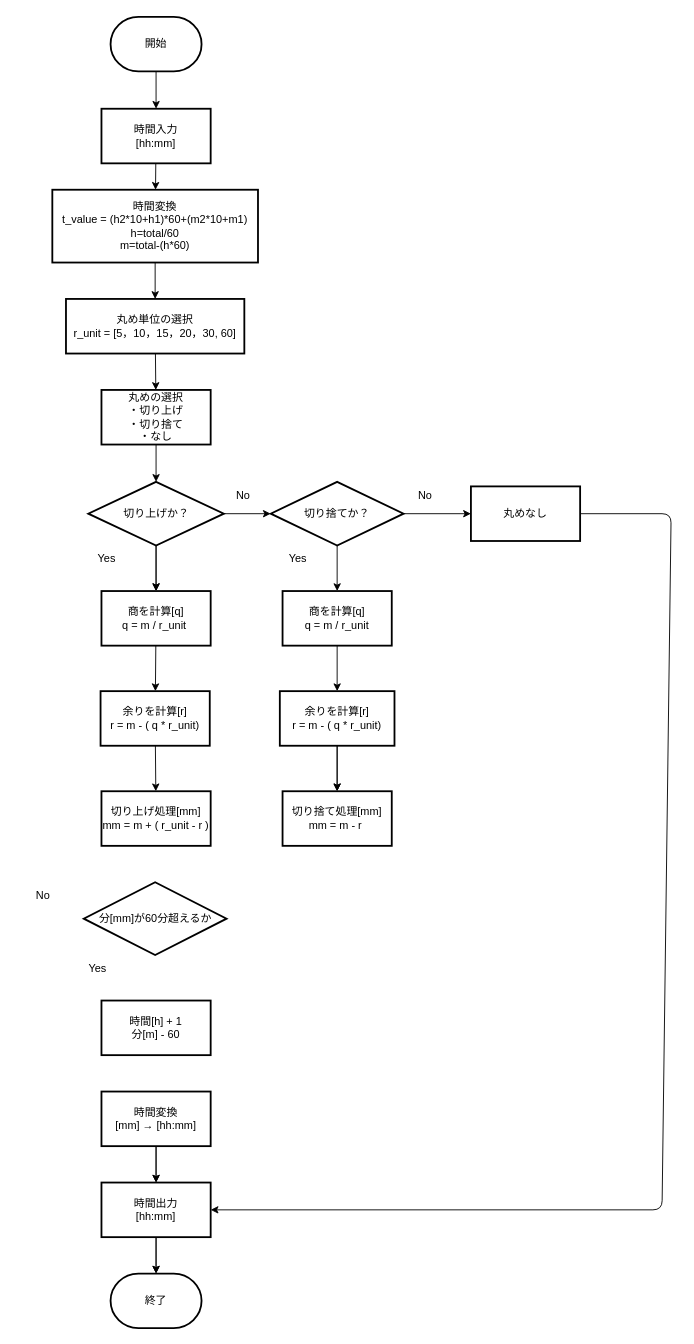
This is flowchart.dio from akihiro1656/issue1, a draw.io file, before an edit. Source tidied: cells renumbered, new cells numbered last; positions are measured from the earlier drawing's top-left corner, leaving out a move shared by most shapes. Both pictures are drawn from the tidied source at 91%, with x=0, y=0 at pixel (15, 16).
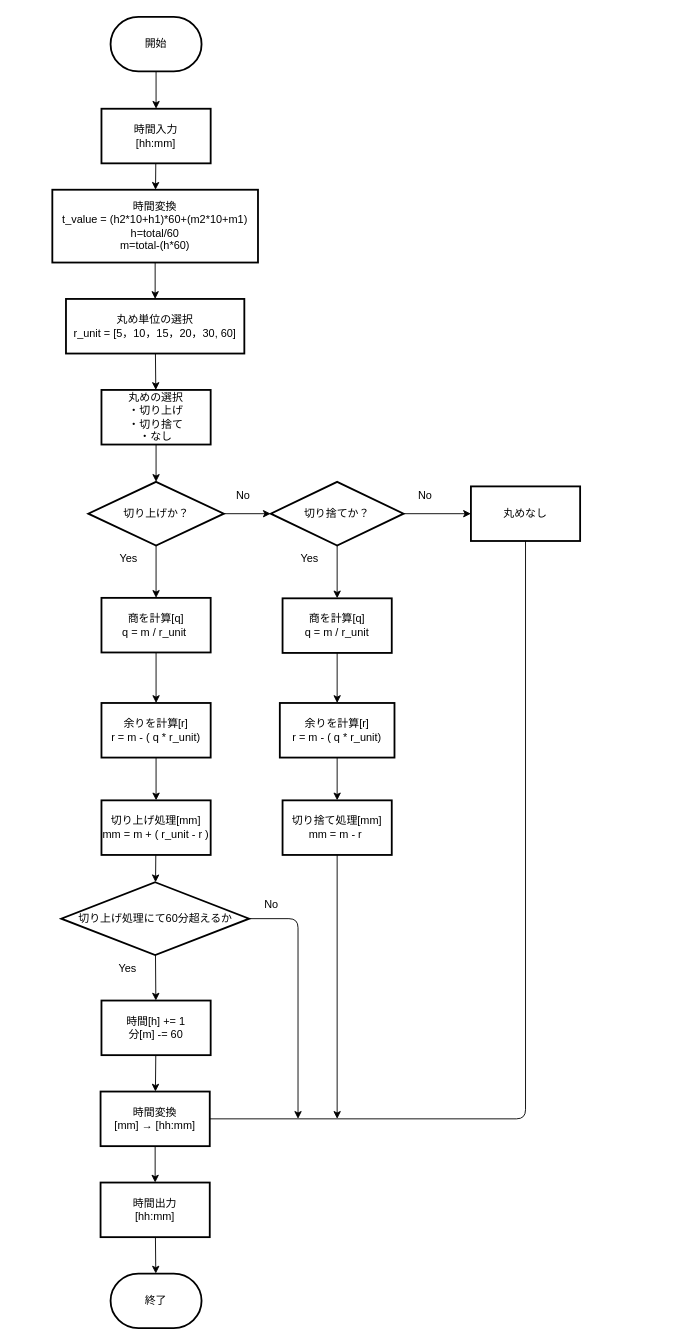
After the change.

Unchanged cells that the change refers to:
```xml
<mxCell id="4" value="終了" style="strokeWidth=2;html=1;shape=mxgraph.flowchart.terminator;whiteSpace=wrap;" parent="1" vertex="1">
  <mxGeometry x="104" y="1381" width="100" height="60" as="geometry" />
</mxCell>
<mxCell id="10" value="切り上げか？" style="strokeWidth=2;html=1;shape=mxgraph.flowchart.decision;whiteSpace=wrap;" parent="1" vertex="1">
  <mxGeometry x="79.5" y="511" width="149" height="70" as="geometry" />
</mxCell>
<mxCell id="34" value="丸めなし" style="whiteSpace=wrap;html=1;strokeWidth=2;" parent="1" vertex="1">
  <mxGeometry x="500" y="516" width="120" height="60" as="geometry" />
</mxCell>
```

What changed in the source:
```diff
@@
-    <mxCell id="8" style="edgeStyle=none;html=1;" parent="1" edge="1" source="10" target="23">
-      <mxGeometry relative="1" as="geometry" />
-    </mxCell>
@@
-    <mxCell id="15" style="edgeStyle=none;html=1;" parent="1" edge="1" source="17" target="20">
-      <mxGeometry relative="1" as="geometry" />
-    </mxCell>
-    <mxCell id="16" style="edgeStyle=none;html=1;fontFamily=Helvetica;fontSize=12;" parent="1" edge="1" source="17" target="20">
-      <mxGeometry relative="1" as="geometry" />
+    <mxCell id="16" style="edgeStyle=none;html=1;fontFamily=Helvetica;fontSize=12;" parent="1" edge="1">
+      <mxGeometry relative="1" as="geometry">
+        <mxPoint x="154" y="1221" as="sourcePoint" />
+      </mxGeometry>
     </mxCell>
-    <mxCell id="17" value="時間変換&lt;br&gt;[mm] → [hh:mm]" style="whiteSpace=wrap;html=1;strokeWidth=2;" parent="1" vertex="1">
-      <mxGeometry x="94" y="1181" width="120" height="60" as="geometry" />
-    </mxCell>
-    <mxCell id="18" style="edgeStyle=none;html=1;" parent="1" edge="1" source="20" target="4">
-      <mxGeometry relative="1" as="geometry" />
-    </mxCell>
-    <mxCell id="19" style="edgeStyle=none;html=1;fontFamily=Helvetica;fontSize=12;" parent="1" edge="1" source="20" target="4">
-      <mxGeometry relative="1" as="geometry" />
-    </mxCell>
-    <mxCell id="20" value="時間出力&lt;br&gt;[hh:mm]" style="whiteSpace=wrap;html=1;strokeWidth=2;" parent="1" vertex="1">
-      <mxGeometry x="94" y="1281" width="120" height="60" as="geometry" />
-    </mxCell>
+    <mxCell id="48" style="edgeStyle=none;html=1;fontFamily=Helvetica;fontSize=12;" parent="1" edge="1" source="21">
+      <mxGeometry relative="1" as="geometry">
+        <mxPoint x="353" y="1211" as="targetPoint" />
+      </mxGeometry>
+    </mxCell>
     <mxCell id="21" value="切り捨て処理[mm]&lt;br&gt;mm = m - r&amp;nbsp;" style="whiteSpace=wrap;html=1;strokeWidth=2;" parent="1" vertex="1">
-      <mxGeometry x="293" y="851" width="120" height="60" as="geometry" />
+      <mxGeometry x="293" y="861" width="120" height="60" as="geometry" />
     </mxCell>
@@
     <mxCell id="23" value="商を計算[q]&lt;br&gt;q = m / r_unit&amp;nbsp;" style="whiteSpace=wrap;html=1;strokeWidth=2;" parent="1" vertex="1">
-      <mxGeometry x="94" y="631" width="120" height="60" as="geometry" />
+      <mxGeometry x="94" y="638.5" width="120" height="60" as="geometry" />
     </mxCell>
     <mxCell id="24" value="Yes" style="text;html=1;strokeColor=none;fillColor=none;align=center;verticalAlign=middle;whiteSpace=wrap;rounded=0;" parent="1" vertex="1">
-      <mxGeometry x="280" y="581" width="60" height="30" as="geometry" />
+      <mxGeometry x="293" y="581" width="60" height="30" as="geometry" />
     </mxCell>
@@
-    <mxCell id="28" style="edgeStyle=none;html=1;startArrow=none;" parent="1" edge="1" source="47" target="21">
-      <mxGeometry relative="1" as="geometry" />
-    </mxCell>
@@
     <mxCell id="31" value="Yes" style="text;html=1;strokeColor=none;fillColor=none;align=center;verticalAlign=middle;whiteSpace=wrap;rounded=0;" parent="1" vertex="1">
-      <mxGeometry x="70" y="581" width="60" height="30" as="geometry" />
+      <mxGeometry x="94" y="581" width="60" height="30" as="geometry" />
     </mxCell>
@@
-    <mxCell id="33" style="edgeStyle=none;html=1;exitX=1;exitY=0.5;exitDx=0;exitDy=0;entryX=1;entryY=0.5;entryDx=0;entryDy=0;" parent="1" edge="1" source="34" target="20">
-      <mxGeometry relative="1" as="geometry">
-        <Array as="points">
-          <mxPoint x="720" y="546" />
-          <mxPoint x="710" y="1311" />
-        </Array>
-      </mxGeometry>
-    </mxCell>
@@
     <mxCell id="38" value="余りを計算[r]&lt;br&gt;r = m - ( q * r_unit)" style="whiteSpace=wrap;html=1;strokeWidth=2;" parent="1" vertex="1">
-      <mxGeometry x="93" y="741" width="120" height="60" as="geometry" />
+      <mxGeometry x="94" y="754" width="120" height="60" as="geometry" />
     </mxCell>
+    <mxCell id="46" style="edgeStyle=none;html=1;" parent="1" edge="1" source="39" target="44">
+      <mxGeometry relative="1" as="geometry" />
+    </mxCell>
     <mxCell id="39" value="切り上げ処理[mm]&lt;br&gt;mm = m + ( r_unit - r )" style="whiteSpace=wrap;html=1;strokeWidth=2;" parent="1" vertex="1">
-      <mxGeometry x="94" y="851" width="120" height="60" as="geometry" />
+      <mxGeometry x="94" y="861" width="120" height="60" as="geometry" />
     </mxCell>
@@
     <mxCell id="41" value="商を計算[q]&lt;br&gt;q = m / r_unit" style="whiteSpace=wrap;html=1;strokeWidth=2;" parent="1" vertex="1">
-      <mxGeometry x="293" y="631" width="120" height="60" as="geometry" />
+      <mxGeometry x="293" y="639" width="120" height="60" as="geometry" />
     </mxCell>
@@
-    <mxCell id="43" value="時間[h] + 1&lt;br&gt;分[m] - 60" style="whiteSpace=wrap;html=1;strokeWidth=2;" parent="1" vertex="1">
-      <mxGeometry x="94" y="1081" width="120" height="60" as="geometry" />
-    </mxCell>
+    <mxCell id="47" value="余りを計算[r]&lt;br&gt;r = m - ( q * r_unit)" style="whiteSpace=wrap;html=1;strokeWidth=2;" parent="1" vertex="1">
+      <mxGeometry x="290" y="754" width="126" height="60" as="geometry" />
+    </mxCell>
+    <mxCell id="49" style="edgeStyle=none;html=1;exitX=0.5;exitY=1;exitDx=0;exitDy=0;entryDx=0;entryDy=0;endArrow=none;entryX=1;entryY=0.5;" parent="1" edge="1" source="34" target="17">
+      <mxGeometry relative="1" as="geometry">
+        <Array as="points">
+          <mxPoint x="560" y="1211" />
+        </Array>
+      </mxGeometry>
+    </mxCell>
+    <mxCell id="45" style="edgeStyle=none;html=1;" parent="1" edge="1">
+      <mxGeometry relative="1" as="geometry">
+        <mxPoint x="154" y="1121" as="sourcePoint" />
+      </mxGeometry>
+    </mxCell>
+    <mxCell id="50" style="edgeStyle=none;html=1;exitX=1;exitY=0.5;exitDx=0;exitDy=0;exitPerimeter=0;" parent="1" edge="1" source="44">
+      <mxGeometry relative="1" as="geometry">
+        <mxPoint x="310" y="1211" as="targetPoint" />
+        <Array as="points">
+          <mxPoint x="310" y="991" />
+        </Array>
+      </mxGeometry>
+    </mxCell>
+    <mxCell id="51" style="edgeStyle=none;html=1;" parent="1" edge="1" source="44" target="55">
+      <mxGeometry relative="1" as="geometry" />
+    </mxCell>
-    <mxCell id="44" value="分[mm]が60分超えるか" style="strokeWidth=2;html=1;shape=mxgraph.flowchart.decision;whiteSpace=wrap;" parent="1" vertex="1">
-      <mxGeometry x="74.5" y="951" width="157" height="80" as="geometry" />
+    <mxCell id="44" value="切り上げ処理にて60分超えるか" style="strokeWidth=2;html=1;shape=mxgraph.flowchart.decision;whiteSpace=wrap;" parent="1" vertex="1">
+      <mxGeometry x="49.8" y="951" width="206.5" height="80" as="geometry" />
     </mxCell>
-    <mxCell id="45" value="Yes" style="text;html=1;strokeColor=none;fillColor=none;align=center;verticalAlign=middle;whiteSpace=wrap;rounded=0;" parent="1" vertex="1">
-      <mxGeometry x="60" y="1031" width="60" height="30" as="geometry" />
-    </mxCell>
-    <mxCell id="46" value="No" style="text;html=1;strokeColor=none;fillColor=none;align=center;verticalAlign=middle;whiteSpace=wrap;rounded=0;" parent="1" vertex="1">
-      <mxGeometry y="951" width="60" height="30" as="geometry" />
-    </mxCell>
-    <mxCell id="47" value="余りを計算[r]&lt;br&gt;r = m - ( q * r_unit)" style="whiteSpace=wrap;html=1;strokeWidth=2;" parent="1" vertex="1">
-      <mxGeometry x="290" y="741" width="126" height="60" as="geometry" />
-    </mxCell>
+    <mxCell id="52" value="Yes" style="text;html=1;strokeColor=none;fillColor=none;align=center;verticalAlign=middle;whiteSpace=wrap;rounded=0;" parent="1" vertex="1">
+      <mxGeometry x="93" y="1031" width="60" height="30" as="geometry" />
+    </mxCell>
+    <mxCell id="53" value="No" style="text;html=1;strokeColor=none;fillColor=none;align=center;verticalAlign=middle;whiteSpace=wrap;rounded=0;" parent="1" vertex="1">
+      <mxGeometry x="251" y="961" width="60" height="30" as="geometry" />
+    </mxCell>
+    <mxCell id="54" style="edgeStyle=none;html=1;" parent="1" edge="1" source="55" target="17">
+      <mxGeometry relative="1" as="geometry" />
+    </mxCell>
+    <mxCell id="55" value="時間[h] += 1&lt;br&gt;分[m] -= 60" style="whiteSpace=wrap;html=1;strokeWidth=2;" parent="1" vertex="1">
+      <mxGeometry x="94" y="1081" width="120" height="60" as="geometry" />
+    </mxCell>
+    <mxCell id="15" style="edgeStyle=none;html=1;" parent="1" edge="1" source="17" target="20">
+      <mxGeometry relative="1" as="geometry" />
+    </mxCell>
+    <mxCell id="17" value="時間変換&lt;br&gt;[mm] → [hh:mm]" style="whiteSpace=wrap;html=1;strokeWidth=2;" parent="1" vertex="1">
+      <mxGeometry x="93" y="1181" width="120" height="60" as="geometry" />
+    </mxCell>
+    <mxCell id="56" style="edgeStyle=none;html=1;" parent="1" edge="1" source="20" target="4">
+      <mxGeometry relative="1" as="geometry" />
+    </mxCell>
+    <mxCell id="20" value="時間出力&lt;br&gt;[hh:mm]" style="whiteSpace=wrap;html=1;strokeWidth=2;" parent="1" vertex="1">
+      <mxGeometry x="93" y="1281" width="120" height="60" as="geometry" />
+    </mxCell>
```
